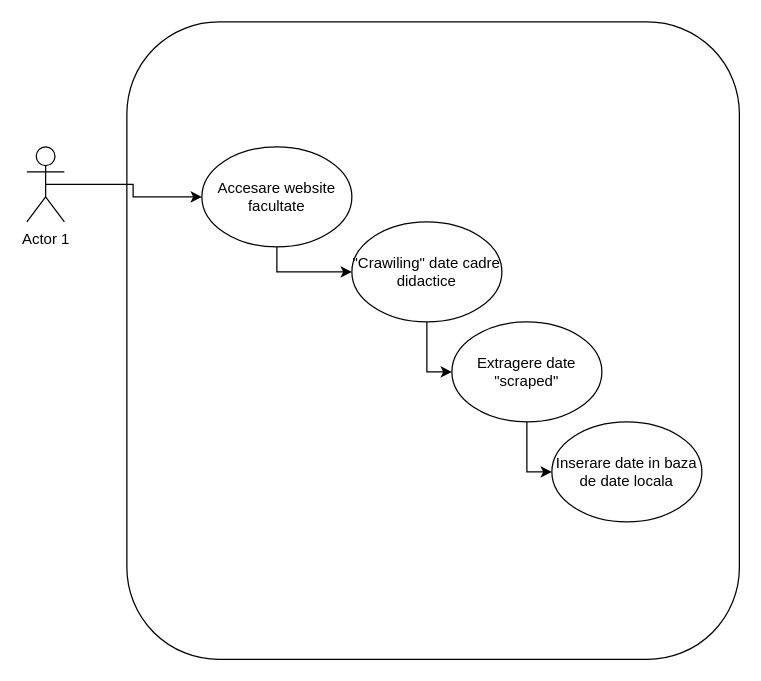
Before: actor1.drawio in Ovidiu-Petrisor-Nicolae/ResearchDigitalRepository, a draw.io diagram. Source tidied: cells renumbered, new cells numbered last; positions are measured from the earlier drawing's top-left corner, leaving out a move shared by most shapes. Both pictures are drawn from the tidied source at 125%, with x=0, y=0 at pixel (26, 21).
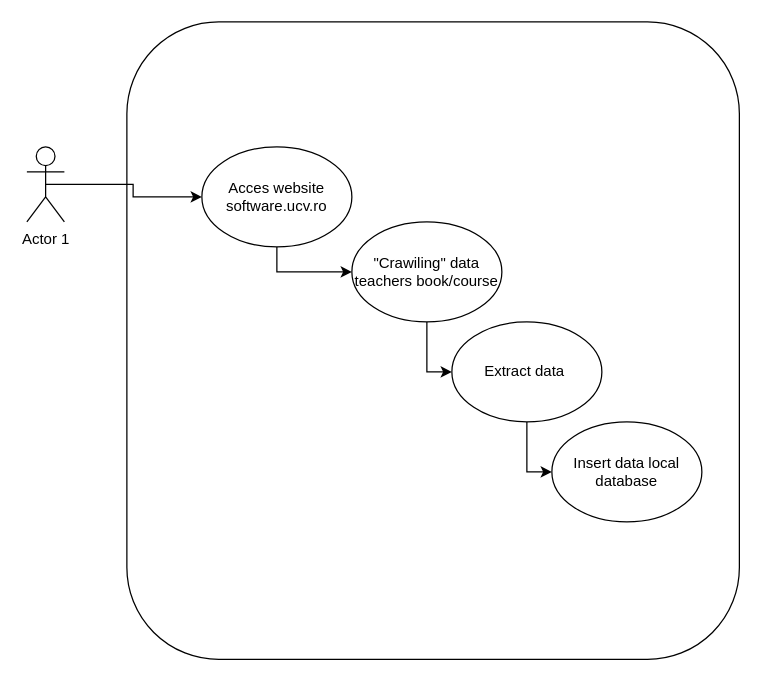
Above is the later version.

Diff of the diagram source:
```diff
@@
 <mxGraphModel>
   <root>
     <mxCell id="0" />
     <mxCell id="1" parent="0" />
     <mxCell id="2" style="rounded=1;whiteSpace=wrap;html=1;" parent="1" vertex="1">
       <mxGeometry x="80" width="490" height="510" as="geometry" />
     </mxCell>
     <mxCell id="3" style="edgeStyle=orthogonalEdgeStyle;rounded=0;jettySize=auto;html=1;exitX=0.5;exitY=0.5;exitDx=0;exitDy=0;exitPerimeter=0;" parent="1" edge="1" source="4" target="6">
       <mxGeometry relative="1" as="geometry" />
     </mxCell>
     <mxCell id="4" value="Actor 1" style="shape=umlActor;verticalLabelPosition=bottom;labelBackgroundColor=#ffffff;verticalAlign=top;html=1;outlineConnect=0;" parent="1" vertex="1">
       <mxGeometry y="100" width="30" height="60" as="geometry" />
     </mxCell>
     <mxCell id="5" style="edgeStyle=orthogonalEdgeStyle;rounded=0;jettySize=auto;html=1;entryX=0;entryY=0.5;entryDx=0;entryDy=0;" parent="1" edge="1" source="6" target="8">
       <mxGeometry relative="1" as="geometry" />
     </mxCell>
-    <mxCell id="6" value="Accesare website facultate" style="ellipse;whiteSpace=wrap;html=1;" parent="1" vertex="1">
+    <mxCell id="6" value="Acces website software.ucv.ro" style="ellipse;whiteSpace=wrap;html=1;" parent="1" vertex="1">
       <mxGeometry x="140" y="100" width="120" height="80" as="geometry" />
     </mxCell>
     <mxCell id="7" style="edgeStyle=orthogonalEdgeStyle;rounded=0;jettySize=auto;html=1;entryX=0;entryY=0.5;entryDx=0;entryDy=0;" parent="1" edge="1" source="8" target="10">
       <mxGeometry relative="1" as="geometry" />
     </mxCell>
-    <mxCell id="8" value="&quot;Crawiling&quot; date cadre didactice" style="ellipse;whiteSpace=wrap;html=1;" parent="1" vertex="1">
+    <mxCell id="8" value="&quot;Crawiling&quot; data teachers book/course" style="ellipse;whiteSpace=wrap;html=1;" parent="1" vertex="1">
       <mxGeometry x="260" y="160" width="120" height="80" as="geometry" />
     </mxCell>
     <mxCell id="9" style="edgeStyle=orthogonalEdgeStyle;rounded=0;jettySize=auto;html=1;entryX=0;entryY=0.5;entryDx=0;entryDy=0;" parent="1" edge="1" source="10" target="11">
       <mxGeometry relative="1" as="geometry" />
     </mxCell>
-    <mxCell id="10" value="Extragere date &quot;scraped&quot;" style="ellipse;whiteSpace=wrap;html=1;" parent="1" vertex="1">
+    <mxCell id="10" value="Extract data&amp;nbsp;" style="ellipse;whiteSpace=wrap;html=1;" parent="1" vertex="1">
       <mxGeometry x="340" y="240" width="120" height="80" as="geometry" />
     </mxCell>
-    <mxCell id="11" value="Inserare date in baza de date locala" style="ellipse;whiteSpace=wrap;html=1;" parent="1" vertex="1">
+    <mxCell id="11" value="Insert data local database" style="ellipse;whiteSpace=wrap;html=1;" parent="1" vertex="1">
       <mxGeometry x="420" y="320" width="120" height="80" as="geometry" />
     </mxCell>
   </root>
 </mxGraphModel>
```
